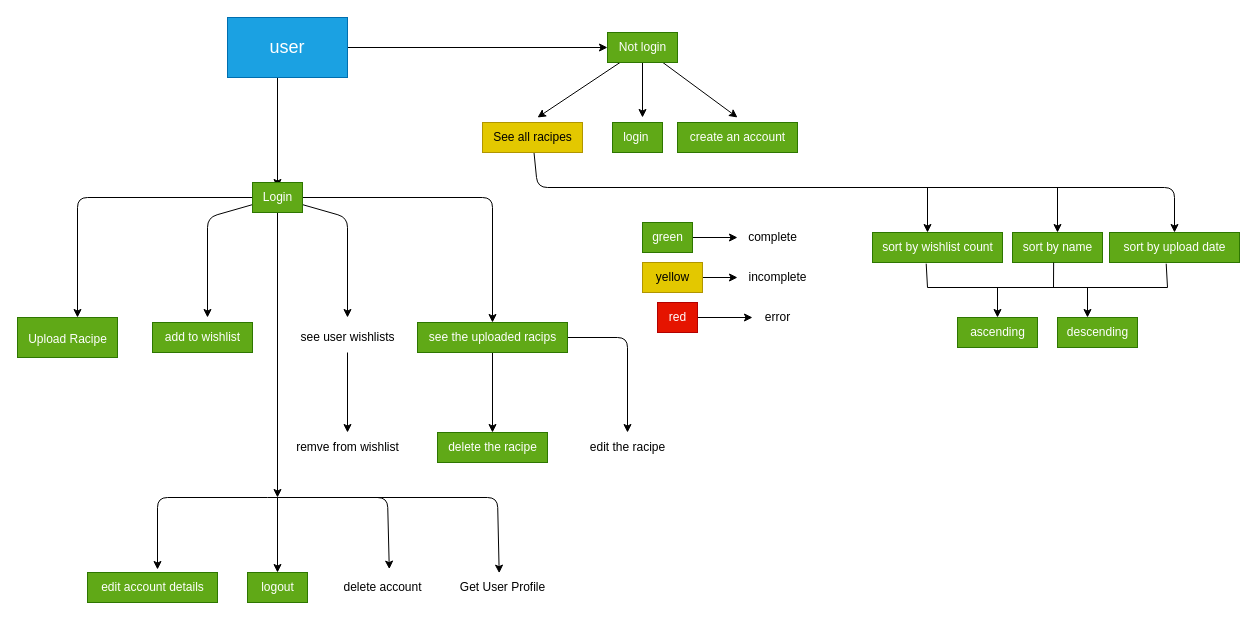
Earlier version of the draw.io diagram planning.drawio (aamir-067/racipe-project). Source tidied: cells renumbered, new cells numbered last; positions are measured from the earlier drawing's top-left corner, leaving out a move shared by most shapes. Both pictures are drawn from the tidied source at 100%, with x=0, y=0 at pixel (17, 17).
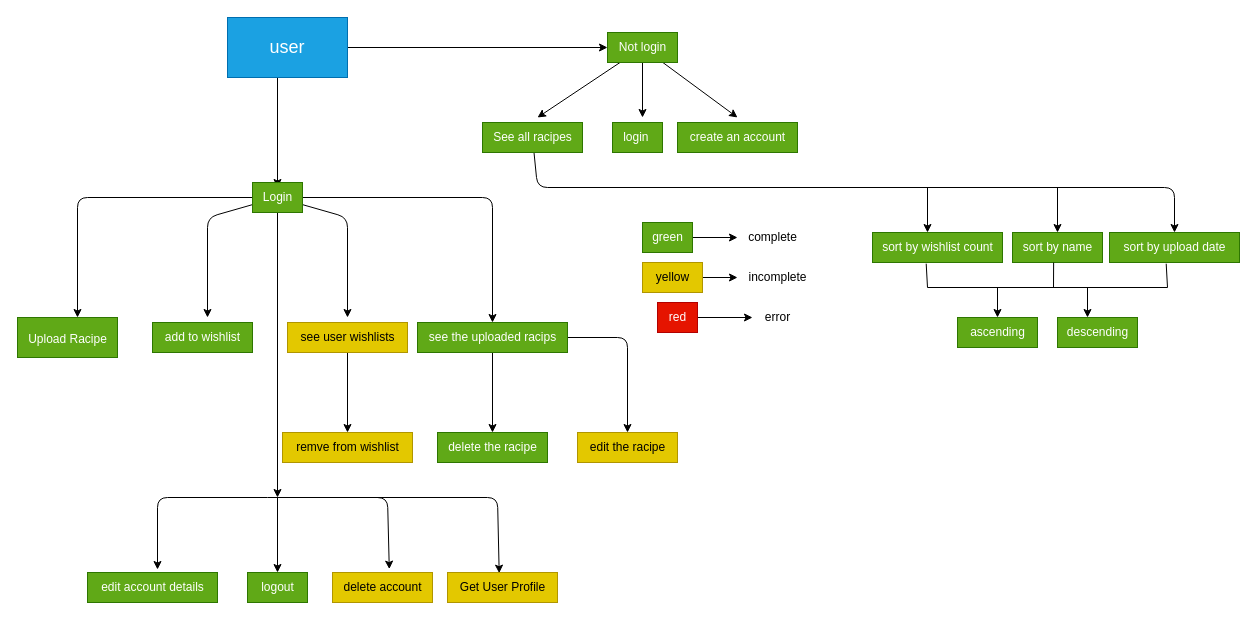
The same diagram, later.

Diff of the diagram source:
```diff
@@
-    <mxCell id="18" value="see user wishlists" style="text;html=1;align=center;verticalAlign=middle;points=[];strokeColor=none;fillColor=none;fontSize=12;" parent="1" vertex="1">
+    <mxCell id="18" value="see user wishlists" style="text;html=1;align=center;verticalAlign=middle;points=[];strokeColor=#B09500;fillColor=#e3c800;fontSize=12;fontColor=#000000;" parent="1" vertex="1">
       <mxGeometry x="270" y="305" width="120" height="30" as="geometry" />
     </mxCell>
@@
-    <mxCell id="23" value="See all racipes" style="text;html=1;align=center;verticalAlign=middle;points=[];strokeColor=#B09500;fillColor=#e3c800;fontSize=12;fontColor=#000000;" parent="1" vertex="1">
+    <mxCell id="23" value="See all racipes" style="text;html=1;align=center;verticalAlign=middle;points=[];strokeColor=#2D7600;fillColor=#60a917;fontSize=12;fontColor=#ffffff;" parent="1" vertex="1">
       <mxGeometry x="465" y="105" width="100" height="30" as="geometry" />
     </mxCell>
@@
-    <mxCell id="27" value="edit the racipe" style="text;html=1;align=center;verticalAlign=middle;points=[];strokeColor=none;fillColor=none;fontSize=12;" parent="1" vertex="1">
+    <mxCell id="27" value="edit the racipe" style="text;html=1;align=center;verticalAlign=middle;points=[];strokeColor=#B09500;fillColor=#e3c800;fontSize=12;fontColor=#000000;" parent="1" vertex="1">
       <mxGeometry x="560" y="415" width="100" height="30" as="geometry" />
     </mxCell>
-    <mxCell id="28" value="remve from wishlist" style="text;html=1;align=center;verticalAlign=middle;points=[];strokeColor=none;fillColor=none;fontSize=12;" parent="1" vertex="1">
+    <mxCell id="28" value="remve from wishlist" style="text;html=1;align=center;verticalAlign=middle;points=[];strokeColor=#B09500;fillColor=#e3c800;fontSize=12;fontColor=#000000;" parent="1" vertex="1">
       <mxGeometry x="265" y="415" width="130" height="30" as="geometry" />
     </mxCell>
@@
-    <mxCell id="31" value="delete account" style="text;html=1;align=center;verticalAlign=middle;points=[];strokeColor=none;fillColor=none;fontSize=12;" parent="1" vertex="1">
+    <mxCell id="31" value="delete account" style="text;html=1;align=center;verticalAlign=middle;points=[];strokeColor=#B09500;fillColor=#e3c800;fontSize=12;fontColor=#000000;" parent="1" vertex="1">
       <mxGeometry x="315" y="555" width="100" height="30" as="geometry" />
     </mxCell>
@@
-    <mxCell id="57" value="Get User Profile" style="text;html=1;align=center;verticalAlign=middle;points=[];strokeColor=none;fillColor=none;" parent="1" vertex="1">
+    <mxCell id="57" value="Get User Profile" style="text;html=1;align=center;verticalAlign=middle;points=[];strokeColor=#B09500;fillColor=#e3c800;fontColor=#000000;" parent="1" vertex="1">
       <mxGeometry x="430" y="555" width="110" height="30" as="geometry" />
     </mxCell>
```
